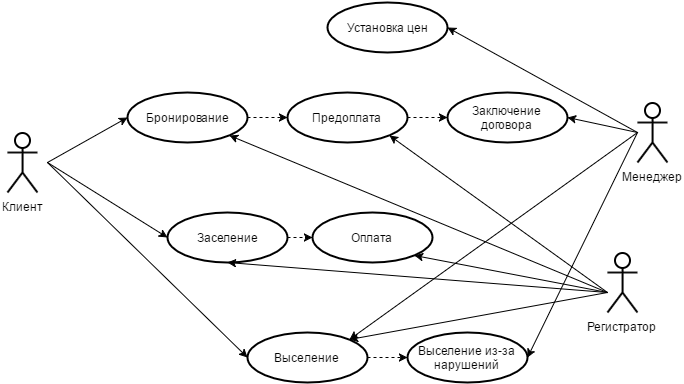
Earlier version of the draw.io export res/use-case.png (KseniaNazarova/Design_of_SW_architecture). Source tidied: cells renumbered, new cells last; positions are measured from the earlier drawing's top-left corner, leaving out a move shared by most shapes. Its diagram source:
```xml
<mxGraphModel background="#ffffff">
  <root>
    <mxCell id="0" />
    <mxCell id="1" parent="0" />
    <mxCell id="2" value="Установка цен" style="ellipse;whiteSpace=wrap;html=1;labelBackgroundColor=none;strokeColor=#000000;strokeWidth=2;fillColor=#FFFFFF;fontColor=#000000;" parent="1" vertex="1">
      <mxGeometry x="320" width="120" height="50" as="geometry" />
    </mxCell>
    <mxCell id="3" style="edgeStyle=orthogonalEdgeStyle;html=1;entryX=0;entryY=0.5;jettySize=auto;fontColor=#000000;exitX=1;exitY=0.5;dashed=1;" parent="1" edge="1" source="4" target="9">
      <mxGeometry relative="1" as="geometry" />
    </mxCell>
    <mxCell id="4" value="Бронирование" style="ellipse;whiteSpace=wrap;html=1;labelBackgroundColor=none;strokeColor=#000000;strokeWidth=2;fillColor=#FFFFFF;fontColor=#000000;" parent="1" vertex="1">
      <mxGeometry x="120" y="90" width="120" height="50" as="geometry" />
    </mxCell>
    <mxCell id="5" value="Оплата" style="ellipse;whiteSpace=wrap;html=1;labelBackgroundColor=none;strokeColor=#000000;strokeWidth=2;fillColor=#FFFFFF;fontColor=#000000;" parent="1" vertex="1">
      <mxGeometry x="305" y="210" width="120" height="50" as="geometry" />
    </mxCell>
    <mxCell id="6" style="edgeStyle=orthogonalEdgeStyle;html=1;exitX=1;exitY=0.5;entryX=0;entryY=0.5;jettySize=auto;fontColor=#000000;dashed=1;" parent="1" edge="1" source="7" target="5">
      <mxGeometry relative="1" as="geometry" />
    </mxCell>
    <mxCell id="7" value="Заселение" style="ellipse;whiteSpace=wrap;html=1;labelBackgroundColor=none;strokeColor=#000000;strokeWidth=2;fillColor=#FFFFFF;fontColor=#000000;" parent="1" vertex="1">
      <mxGeometry x="160" y="210" width="120" height="50" as="geometry" />
    </mxCell>
    <mxCell id="8" style="edgeStyle=orthogonalEdgeStyle;html=1;entryX=0;entryY=0.5;jettySize=auto;fontColor=#000000;exitX=1;exitY=0.5;dashed=1;" parent="1" edge="1" source="9" target="10">
      <mxGeometry relative="1" as="geometry" />
    </mxCell>
    <mxCell id="9" value="Предоплата" style="ellipse;whiteSpace=wrap;html=1;labelBackgroundColor=none;strokeColor=#000000;strokeWidth=2;fillColor=#FFFFFF;fontColor=#000000;" parent="1" vertex="1">
      <mxGeometry x="280" y="90" width="120" height="50" as="geometry" />
    </mxCell>
    <mxCell id="10" value="Заключение договора" style="ellipse;whiteSpace=wrap;html=1;labelBackgroundColor=none;strokeColor=#000000;strokeWidth=2;fillColor=#FFFFFF;fontColor=#000000;" parent="1" vertex="1">
      <mxGeometry x="440" y="90" width="120" height="50" as="geometry" />
    </mxCell>
    <mxCell id="11" value="Выселение из-за нарушений" style="ellipse;whiteSpace=wrap;html=1;labelBackgroundColor=none;strokeColor=#000000;strokeWidth=2;fillColor=#FFFFFF;fontColor=#000000;" parent="1" vertex="1">
      <mxGeometry x="400" y="330" width="120" height="50" as="geometry" />
    </mxCell>
    <mxCell id="12" style="edgeStyle=orthogonalEdgeStyle;html=1;exitX=1;exitY=0.5;entryX=0;entryY=0.5;jettySize=auto;fontColor=#000000;dashed=1;" parent="1" edge="1" source="13" target="11">
      <mxGeometry relative="1" as="geometry" />
    </mxCell>
    <mxCell id="13" value="Выселение" style="ellipse;whiteSpace=wrap;html=1;labelBackgroundColor=none;strokeColor=#000000;strokeWidth=2;fillColor=#FFFFFF;fontColor=#000000;" parent="1" vertex="1">
      <mxGeometry x="240" y="330" width="120" height="50" as="geometry" />
    </mxCell>
    <mxCell id="14" value="Клиент" style="shape=umlActor;verticalLabelPosition=bottom;labelBackgroundColor=#ffffff;verticalAlign=top;html=1;strokeColor=#000000;strokeWidth=2;fillColor=#FFFFFF;fontColor=#000000;" parent="1" vertex="1">
      <mxGeometry y="130" width="30" height="60" as="geometry" />
    </mxCell>
    <mxCell id="15" value="Регистратор" style="shape=umlActor;verticalLabelPosition=bottom;labelBackgroundColor=#ffffff;verticalAlign=top;html=1;strokeColor=#000000;strokeWidth=2;fillColor=#FFFFFF;fontColor=#000000;" parent="1" vertex="1">
      <mxGeometry x="600" y="250" width="30" height="60" as="geometry" />
    </mxCell>
    <mxCell id="16" value="Менеджер" style="shape=umlActor;verticalLabelPosition=bottom;labelBackgroundColor=#ffffff;verticalAlign=top;html=1;strokeColor=#000000;strokeWidth=2;fillColor=#FFFFFF;fontColor=#000000;" parent="1" vertex="1">
      <mxGeometry x="630" y="100" width="30" height="60" as="geometry" />
    </mxCell>
    <mxCell id="17" style="endArrow=classic;html=1;fontColor=#000000;entryX=0;entryY=0.5;" parent="1" edge="1" target="4">
      <mxGeometry relative="1" as="geometry">
        <mxPoint x="40" y="160" as="sourcePoint" />
      </mxGeometry>
    </mxCell>
    <mxCell id="18" style="endArrow=classic;html=1;fontColor=#000000;entryX=0;entryY=0.5;" parent="1" edge="1" target="7">
      <mxGeometry x="210" y="235" as="geometry">
        <mxPoint x="40" y="160" as="sourcePoint" />
      </mxGeometry>
    </mxCell>
    <mxCell id="19" style="endArrow=classic;html=1;fontColor=#000000;entryX=0;entryY=0.5;" parent="1" edge="1" target="13">
      <mxGeometry x="220" y="245" as="geometry">
        <mxPoint x="40" y="160" as="sourcePoint" />
      </mxGeometry>
    </mxCell>
    <mxCell id="20" style="endArrow=classic;html=1;fontColor=#000000;entryX=1;entryY=0.5;" parent="1" edge="1" target="2">
      <mxGeometry relative="1" as="geometry">
        <mxPoint x="630" y="130" as="sourcePoint" />
      </mxGeometry>
    </mxCell>
    <mxCell id="21" style="endArrow=classic;html=1;fontColor=#000000;entryX=1;entryY=0.5;" parent="1" edge="1" target="10">
      <mxGeometry relative="1" as="geometry">
        <mxPoint x="630" y="130" as="sourcePoint" />
      </mxGeometry>
    </mxCell>
    <mxCell id="22" style="edgeStyle=orthogonalEdgeStyle;rounded=0;html=1;exitX=0.5;exitY=0.5;exitPerimeter=0;entryX=0.5;entryY=0.5;entryPerimeter=0;jettySize=auto;orthogonalLoop=1;fontColor=#000000;" parent="1" edge="1" source="16" target="16">
      <mxGeometry relative="1" as="geometry" />
    </mxCell>
    <mxCell id="23" style="endArrow=classic;html=1;fontColor=#000000;entryX=1;entryY=0.5;" parent="1" edge="1" target="11">
      <mxGeometry relative="1" as="geometry">
        <mxPoint x="630" y="130" as="sourcePoint" />
      </mxGeometry>
    </mxCell>
    <mxCell id="24" style="endArrow=classic;html=1;fontColor=#000000;entryX=1;entryY=0;" parent="1" edge="1" target="13">
      <mxGeometry relative="1" as="geometry">
        <mxPoint x="630" y="130" as="sourcePoint" />
      </mxGeometry>
    </mxCell>
    <mxCell id="25" style="endArrow=classic;html=1;fontColor=#000000;entryX=1;entryY=1;" parent="1" edge="1" target="4">
      <mxGeometry relative="1" as="geometry">
        <mxPoint x="600" y="290" as="sourcePoint" />
      </mxGeometry>
    </mxCell>
    <mxCell id="26" style="endArrow=classic;html=1;fontColor=#000000;entryX=1;entryY=1;" parent="1" edge="1" target="9">
      <mxGeometry relative="1" as="geometry">
        <mxPoint x="600" y="290" as="sourcePoint" />
      </mxGeometry>
    </mxCell>
    <mxCell id="27" style="endArrow=classic;html=1;fontColor=#000000;entryX=0.5;entryY=1;" parent="1" edge="1" target="7">
      <mxGeometry relative="1" as="geometry">
        <mxPoint x="600" y="290" as="sourcePoint" />
      </mxGeometry>
    </mxCell>
    <mxCell id="28" style="endArrow=classic;html=1;fontColor=#000000;entryX=1;entryY=1;" parent="1" edge="1" target="5">
      <mxGeometry relative="1" as="geometry">
        <mxPoint x="600" y="290" as="sourcePoint" />
      </mxGeometry>
    </mxCell>
    <mxCell id="29" style="endArrow=classic;html=1;fontColor=#000000;entryX=1;entryY=0;" parent="1" edge="1" target="13">
      <mxGeometry relative="1" as="geometry">
        <mxPoint x="600" y="290" as="sourcePoint" />
      </mxGeometry>
    </mxCell>
  </root>
</mxGraphModel>
```
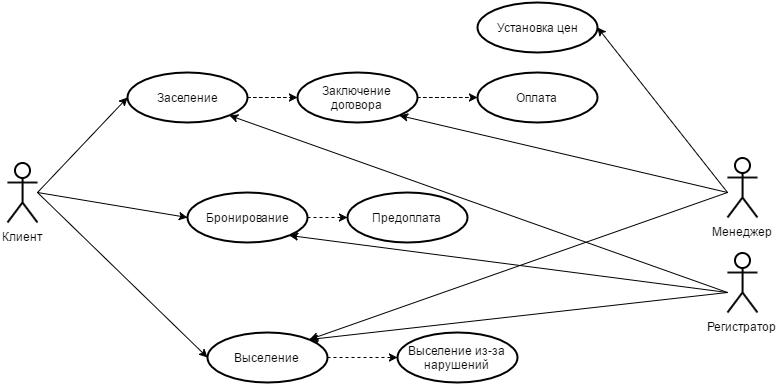
The same file after the commit.

Commit message:
sequence diag

What changed in the source:
```diff
@@ -3,111 +3,96 @@
     <mxCell id="0" />
     <mxCell id="1" parent="0" />
     <mxCell id="2" value="Установка цен" style="ellipse;whiteSpace=wrap;html=1;labelBackgroundColor=none;strokeColor=#000000;strokeWidth=2;fillColor=#FFFFFF;fontColor=#000000;" parent="1" vertex="1">
-      <mxGeometry x="320" width="120" height="50" as="geometry" />
+      <mxGeometry x="520" width="120" height="50" as="geometry" />
     </mxCell>
     <mxCell id="3" style="edgeStyle=orthogonalEdgeStyle;html=1;entryX=0;entryY=0.5;jettySize=auto;fontColor=#000000;exitX=1;exitY=0.5;dashed=1;" parent="1" edge="1" source="4" target="9">
       <mxGeometry relative="1" as="geometry" />
     </mxCell>
     <mxCell id="4" value="Бронирование" style="ellipse;whiteSpace=wrap;html=1;labelBackgroundColor=none;strokeColor=#000000;strokeWidth=2;fillColor=#FFFFFF;fontColor=#000000;" parent="1" vertex="1">
-      <mxGeometry x="120" y="90" width="120" height="50" as="geometry" />
+      <mxGeometry x="230" y="190" width="120" height="50" as="geometry" />
     </mxCell>
     <mxCell id="5" value="Оплата" style="ellipse;whiteSpace=wrap;html=1;labelBackgroundColor=none;strokeColor=#000000;strokeWidth=2;fillColor=#FFFFFF;fontColor=#000000;" parent="1" vertex="1">
-      <mxGeometry x="305" y="210" width="120" height="50" as="geometry" />
+      <mxGeometry x="520" y="70" width="120" height="50" as="geometry" />
     </mxCell>
-    <mxCell id="6" style="edgeStyle=orthogonalEdgeStyle;html=1;exitX=1;exitY=0.5;entryX=0;entryY=0.5;jettySize=auto;fontColor=#000000;dashed=1;" parent="1" edge="1" source="7" target="5">
-      <mxGeometry relative="1" as="geometry" />
-    </mxCell>
+    <mxCell id="30" style="edgeStyle=orthogonalEdgeStyle;curved=1;html=1;entryX=0;entryY=0.5;jettySize=auto;fontColor=#000000;dashed=1;" parent="1" edge="1" source="7" target="10">
+      <mxGeometry relative="1" as="geometry" />
+    </mxCell>
     <mxCell id="7" value="Заселение" style="ellipse;whiteSpace=wrap;html=1;labelBackgroundColor=none;strokeColor=#000000;strokeWidth=2;fillColor=#FFFFFF;fontColor=#000000;" parent="1" vertex="1">
-      <mxGeometry x="160" y="210" width="120" height="50" as="geometry" />
+      <mxGeometry x="170" y="70" width="120" height="50" as="geometry" />
     </mxCell>
-    <mxCell id="8" style="edgeStyle=orthogonalEdgeStyle;html=1;entryX=0;entryY=0.5;jettySize=auto;fontColor=#000000;exitX=1;exitY=0.5;dashed=1;" parent="1" edge="1" source="9" target="10">
-      <mxGeometry relative="1" as="geometry" />
-    </mxCell>
     <mxCell id="9" value="Предоплата" style="ellipse;whiteSpace=wrap;html=1;labelBackgroundColor=none;strokeColor=#000000;strokeWidth=2;fillColor=#FFFFFF;fontColor=#000000;" parent="1" vertex="1">
-      <mxGeometry x="280" y="90" width="120" height="50" as="geometry" />
+      <mxGeometry x="390" y="190" width="120" height="50" as="geometry" />
     </mxCell>
+    <mxCell id="31" style="edgeStyle=orthogonalEdgeStyle;curved=1;html=1;exitX=1;exitY=0.5;entryX=0;entryY=0.5;jettySize=auto;fontColor=#000000;dashed=1;" parent="1" edge="1" source="10" target="5">
+      <mxGeometry relative="1" as="geometry" />
+    </mxCell>
     <mxCell id="10" value="Заключение договора" style="ellipse;whiteSpace=wrap;html=1;labelBackgroundColor=none;strokeColor=#000000;strokeWidth=2;fillColor=#FFFFFF;fontColor=#000000;" parent="1" vertex="1">
-      <mxGeometry x="440" y="90" width="120" height="50" as="geometry" />
+      <mxGeometry x="340" y="70" width="120" height="50" as="geometry" />
     </mxCell>
     <mxCell id="11" value="Выселение из-за нарушений" style="ellipse;whiteSpace=wrap;html=1;labelBackgroundColor=none;strokeColor=#000000;strokeWidth=2;fillColor=#FFFFFF;fontColor=#000000;" parent="1" vertex="1">
-      <mxGeometry x="400" y="330" width="120" height="50" as="geometry" />
+      <mxGeometry x="440" y="330" width="120" height="50" as="geometry" />
     </mxCell>
     <mxCell id="12" style="edgeStyle=orthogonalEdgeStyle;html=1;exitX=1;exitY=0.5;entryX=0;entryY=0.5;jettySize=auto;fontColor=#000000;dashed=1;" parent="1" edge="1" source="13" target="11">
       <mxGeometry relative="1" as="geometry" />
     </mxCell>
     <mxCell id="13" value="Выселение" style="ellipse;whiteSpace=wrap;html=1;labelBackgroundColor=none;strokeColor=#000000;strokeWidth=2;fillColor=#FFFFFF;fontColor=#000000;" parent="1" vertex="1">
-      <mxGeometry x="240" y="330" width="120" height="50" as="geometry" />
+      <mxGeometry x="250" y="330" width="120" height="50" as="geometry" />
     </mxCell>
     <mxCell id="14" value="Клиент" style="shape=umlActor;verticalLabelPosition=bottom;labelBackgroundColor=#ffffff;verticalAlign=top;html=1;strokeColor=#000000;strokeWidth=2;fillColor=#FFFFFF;fontColor=#000000;" parent="1" vertex="1">
-      <mxGeometry y="130" width="30" height="60" as="geometry" />
+      <mxGeometry x="50" y="160" width="30" height="60" as="geometry" />
     </mxCell>
     <mxCell id="15" value="Регистратор" style="shape=umlActor;verticalLabelPosition=bottom;labelBackgroundColor=#ffffff;verticalAlign=top;html=1;strokeColor=#000000;strokeWidth=2;fillColor=#FFFFFF;fontColor=#000000;" parent="1" vertex="1">
-      <mxGeometry x="600" y="250" width="30" height="60" as="geometry" />
+      <mxGeometry x="770" y="250" width="30" height="60" as="geometry" />
     </mxCell>
     <mxCell id="16" value="Менеджер" style="shape=umlActor;verticalLabelPosition=bottom;labelBackgroundColor=#ffffff;verticalAlign=top;html=1;strokeColor=#000000;strokeWidth=2;fillColor=#FFFFFF;fontColor=#000000;" parent="1" vertex="1">
-      <mxGeometry x="630" y="100" width="30" height="60" as="geometry" />
+      <mxGeometry x="770" y="155" width="30" height="60" as="geometry" />
     </mxCell>
     <mxCell id="17" style="endArrow=classic;html=1;fontColor=#000000;entryX=0;entryY=0.5;" parent="1" edge="1" target="4">
       <mxGeometry relative="1" as="geometry">
-        <mxPoint x="40" y="160" as="sourcePoint" />
+        <mxPoint x="80" y="190" as="sourcePoint" />
       </mxGeometry>
     </mxCell>
     <mxCell id="18" style="endArrow=classic;html=1;fontColor=#000000;entryX=0;entryY=0.5;" parent="1" edge="1" target="7">
       <mxGeometry x="210" y="235" as="geometry">
-        <mxPoint x="40" y="160" as="sourcePoint" />
+        <mxPoint x="80" y="190" as="sourcePoint" />
       </mxGeometry>
     </mxCell>
     <mxCell id="19" style="endArrow=classic;html=1;fontColor=#000000;entryX=0;entryY=0.5;" parent="1" edge="1" target="13">
       <mxGeometry x="220" y="245" as="geometry">
-        <mxPoint x="40" y="160" as="sourcePoint" />
+        <mxPoint x="80" y="190" as="sourcePoint" />
       </mxGeometry>
     </mxCell>
     <mxCell id="20" style="endArrow=classic;html=1;fontColor=#000000;entryX=1;entryY=0.5;" parent="1" edge="1" target="2">
       <mxGeometry relative="1" as="geometry">
-        <mxPoint x="630" y="130" as="sourcePoint" />
+        <mxPoint x="770" y="190" as="sourcePoint" />
       </mxGeometry>
     </mxCell>
-    <mxCell id="21" style="endArrow=classic;html=1;fontColor=#000000;entryX=1;entryY=0.5;" parent="1" edge="1" target="10">
+    <mxCell id="21" style="endArrow=classic;html=1;fontColor=#000000;entryX=1;entryY=1;" parent="1" edge="1" target="10">
       <mxGeometry relative="1" as="geometry">
-        <mxPoint x="630" y="130" as="sourcePoint" />
+        <mxPoint x="770" y="190" as="sourcePoint" />
       </mxGeometry>
     </mxCell>
     <mxCell id="22" style="edgeStyle=orthogonalEdgeStyle;rounded=0;html=1;exitX=0.5;exitY=0.5;exitPerimeter=0;entryX=0.5;entryY=0.5;entryPerimeter=0;jettySize=auto;orthogonalLoop=1;fontColor=#000000;" parent="1" edge="1" source="16" target="16">
       <mxGeometry relative="1" as="geometry" />
     </mxCell>
-    <mxCell id="23" style="endArrow=classic;html=1;fontColor=#000000;entryX=1;entryY=0.5;" parent="1" edge="1" target="11">
-      <mxGeometry relative="1" as="geometry">
-        <mxPoint x="630" y="130" as="sourcePoint" />
-      </mxGeometry>
-    </mxCell>
     <mxCell id="24" style="endArrow=classic;html=1;fontColor=#000000;entryX=1;entryY=0;" parent="1" edge="1" target="13">
       <mxGeometry relative="1" as="geometry">
-        <mxPoint x="630" y="130" as="sourcePoint" />
+        <mxPoint x="770" y="190" as="sourcePoint" />
       </mxGeometry>
     </mxCell>
     <mxCell id="25" style="endArrow=classic;html=1;fontColor=#000000;entryX=1;entryY=1;" parent="1" edge="1" target="4">
       <mxGeometry relative="1" as="geometry">
-        <mxPoint x="600" y="290" as="sourcePoint" />
+        <mxPoint x="770" y="290" as="sourcePoint" />
       </mxGeometry>
     </mxCell>
-    <mxCell id="26" style="endArrow=classic;html=1;fontColor=#000000;entryX=1;entryY=1;" parent="1" edge="1" target="9">
-      <mxGeometry relative="1" as="geometry">
-        <mxPoint x="600" y="290" as="sourcePoint" />
-      </mxGeometry>
-    </mxCell>
-    <mxCell id="27" style="endArrow=classic;html=1;fontColor=#000000;entryX=0.5;entryY=1;" parent="1" edge="1" target="7">
+    <mxCell id="27" style="endArrow=classic;html=1;fontColor=#000000;entryX=1;entryY=1;" parent="1" edge="1" target="7">
       <mxGeometry relative="1" as="geometry">
-        <mxPoint x="600" y="290" as="sourcePoint" />
+        <mxPoint x="770" y="290" as="sourcePoint" />
       </mxGeometry>
     </mxCell>
-    <mxCell id="28" style="endArrow=classic;html=1;fontColor=#000000;entryX=1;entryY=1;" parent="1" edge="1" target="5">
-      <mxGeometry relative="1" as="geometry">
-        <mxPoint x="600" y="290" as="sourcePoint" />
-      </mxGeometry>
-    </mxCell>
     <mxCell id="29" style="endArrow=classic;html=1;fontColor=#000000;entryX=1;entryY=0;" parent="1" edge="1" target="13">
       <mxGeometry relative="1" as="geometry">
-        <mxPoint x="600" y="290" as="sourcePoint" />
+        <mxPoint x="770" y="290" as="sourcePoint" />
       </mxGeometry>
     </mxCell>
   </root>
```
